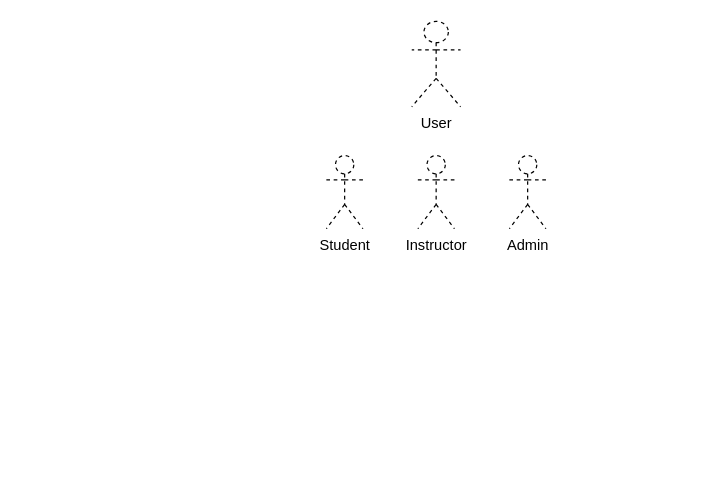
The draw.io diagram Untitled Diagram.drawio in RodinaMohamed04/Lab6, before the edit. Source tidied: cells renumbered, new cells numbered last; positions are measured from the earlier drawing's top-left corner, leaving out a move shared by most shapes. Both pictures are drawn from the tidied source at 122%, with x=0, y=0 at pixel (326, 21).
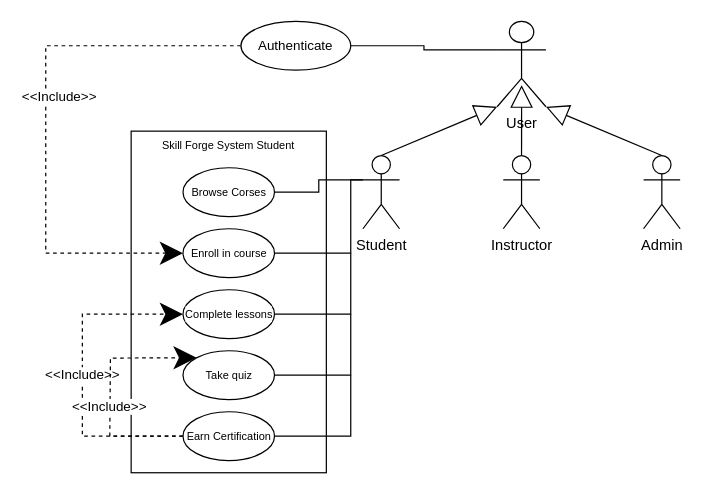
Above is the later version.

Commit message:
use case student.drawio

What changed in the source:
```diff
@@
-    <mxCell id="2" value="User" style="shape=umlActor;verticalLabelPosition=bottom;verticalAlign=top;html=1;dashed=1;" parent="1" vertex="1">
-      <mxGeometry x="70" width="40" height="70" as="geometry" />
+    <mxCell id="2" value="User" style="shape=umlActor;verticalLabelPosition=bottom;verticalAlign=top;html=1;" parent="1" vertex="1">
+      <mxGeometry x="140" width="40" height="70" as="geometry" />
     </mxCell>
-    <mxCell id="3" value="Student" style="shape=umlActor;verticalLabelPosition=bottom;verticalAlign=top;html=1;dashed=1;" parent="1" vertex="1">
-      <mxGeometry y="110" width="30" height="60" as="geometry" />
+    <mxCell id="3" value="Student" style="shape=umlActor;verticalLabelPosition=bottom;verticalAlign=top;html=1;" parent="1" vertex="1">
+      <mxGeometry x="30" y="110" width="30" height="60" as="geometry" />
     </mxCell>
-    <mxCell id="4" value="Instructor" style="shape=umlActor;verticalLabelPosition=bottom;verticalAlign=top;html=1;dashed=1;" parent="1" vertex="1">
-      <mxGeometry x="75" y="110" width="30" height="60" as="geometry" />
+    <mxCell id="4" value="Instructor" style="shape=umlActor;verticalLabelPosition=bottom;verticalAlign=top;html=1;" parent="1" vertex="1">
+      <mxGeometry x="145" y="110" width="30" height="60" as="geometry" />
     </mxCell>
-    <mxCell id="5" value="Admin" style="shape=umlActor;verticalLabelPosition=bottom;verticalAlign=top;html=1;dashed=1;" parent="1" vertex="1">
-      <mxGeometry x="150" y="110" width="30" height="60" as="geometry" />
+    <mxCell id="5" value="Admin" style="shape=umlActor;verticalLabelPosition=bottom;verticalAlign=top;html=1;" parent="1" vertex="1">
+      <mxGeometry x="260" y="110" width="30" height="60" as="geometry" />
     </mxCell>
+    <mxCell id="6" style="endArrow=block;endSize=16;endFill=0;html=1;rounded=0;exitX=0.5;exitY=0;exitDx=0;exitDy=0;exitPerimeter=0;entryX=1;entryY=1;entryDx=0;entryDy=0;entryPerimeter=0;" parent="1" edge="1" source="5" target="2">
+      <mxGeometry relative="1" as="geometry" />
+    </mxCell>
+    <mxCell id="7" style="endArrow=block;endSize=16;endFill=0;html=1;rounded=0;exitX=0.5;exitY=0;exitDx=0;exitDy=0;exitPerimeter=0;entryX=0;entryY=1;entryDx=0;entryDy=0;entryPerimeter=0;" parent="1" edge="1" source="3" target="2">
+      <mxGeometry relative="1" as="geometry" />
+    </mxCell>
+    <mxCell id="8" style="endArrow=block;endSize=16;endFill=0;html=1;rounded=0;exitX=0.5;exitY=0;exitDx=0;exitDy=0;exitPerimeter=0;entryX=0.501;entryY=0.747;entryDx=0;entryDy=0;entryPerimeter=0;" parent="1" edge="1" source="4" target="2">
+      <mxGeometry relative="1" as="geometry" />
+    </mxCell>
+    <mxCell id="9" value="Authenticate" style="ellipse;whiteSpace=wrap;html=1;fontFamily=Helvetica;fontSize=11;fontColor=default;labelBackgroundColor=default;" parent="1" vertex="1">
+      <mxGeometry x="-70" width="90" height="40" as="geometry" />
+    </mxCell>
+    <mxCell id="10" value="Skill Forge System Student" style="whiteSpace=wrap;html=1;fontFamily=Helvetica;fontSize=9;fontColor=default;labelBackgroundColor=default;labelPosition=center;verticalLabelPosition=middle;align=center;verticalAlign=top;" parent="1" vertex="1">
+      <mxGeometry x="-160" y="90" width="160" height="280" as="geometry" />
+    </mxCell>
+    <mxCell id="11" value="&lt;font style=&quot;font-size: 9px;&quot;&gt;Browse Corses&lt;/font&gt;" style="ellipse;whiteSpace=wrap;html=1;strokeColor=default;align=center;verticalAlign=middle;fontFamily=Helvetica;fontSize=11;fontColor=default;labelBackgroundColor=default;fillColor=default;" parent="1" vertex="1">
+      <mxGeometry x="-117.5" y="120" width="75" height="40" as="geometry" />
+    </mxCell>
+    <mxCell id="12" value="&lt;font style=&quot;font-size: 9px;&quot;&gt;Enroll in course&lt;/font&gt;" style="ellipse;whiteSpace=wrap;html=1;strokeColor=default;align=center;verticalAlign=middle;fontFamily=Helvetica;fontSize=11;fontColor=default;labelBackgroundColor=default;fillColor=default;" parent="1" vertex="1">
+      <mxGeometry x="-117.5" y="170" width="75" height="40" as="geometry" />
+    </mxCell>
+    <mxCell id="13" value="&lt;font style=&quot;font-size: 9px;&quot;&gt;Complete lessons&lt;/font&gt;" style="ellipse;whiteSpace=wrap;html=1;strokeColor=default;align=center;verticalAlign=middle;fontFamily=Helvetica;fontSize=11;fontColor=default;labelBackgroundColor=default;fillColor=default;" parent="1" vertex="1">
+      <mxGeometry x="-117.5" y="220" width="75" height="40" as="geometry" />
+    </mxCell>
+    <mxCell id="14" value="&lt;font style=&quot;font-size: 9px;&quot;&gt;Take quiz&lt;/font&gt;" style="ellipse;whiteSpace=wrap;html=1;strokeColor=default;align=center;verticalAlign=middle;fontFamily=Helvetica;fontSize=11;fontColor=default;labelBackgroundColor=default;fillColor=default;" parent="1" vertex="1">
+      <mxGeometry x="-117.5" y="270" width="75" height="40" as="geometry" />
+    </mxCell>
+    <mxCell id="15" value="&lt;font style=&quot;font-size: 9px;&quot;&gt;Earn Certification&lt;/font&gt;" style="ellipse;whiteSpace=wrap;html=1;strokeColor=default;align=center;verticalAlign=middle;fontFamily=Helvetica;fontSize=11;fontColor=default;labelBackgroundColor=default;fillColor=default;" parent="1" vertex="1">
+      <mxGeometry x="-117.5" y="320" width="75" height="40" as="geometry" />
+    </mxCell>
+    <mxCell id="16" style="endArrow=none;html=1;edgeStyle=orthogonalEdgeStyle;rounded=0;strokeColor=default;align=center;verticalAlign=middle;fontFamily=Helvetica;fontSize=11;fontColor=default;labelBackgroundColor=default;endSize=16;exitX=1;exitY=0.5;exitDx=0;exitDy=0;entryX=0;entryY=0.3333333333333333;entryDx=0;entryDy=0;entryPerimeter=0;" parent="1" edge="1" source="11" target="3">
+      <mxGeometry relative="1" as="geometry" />
+    </mxCell>
+    <mxCell id="17" style="edgeLabel;html=1;align=left;verticalAlign=bottom;strokeColor=default;fontFamily=Helvetica;fontSize=11;fontColor=default;labelBackgroundColor=default;fillColor=default;" parent="16" vertex="1">
+      <mxGeometry x="-1" relative="1" as="geometry" />
+    </mxCell>
+    <mxCell id="18" style="edgeLabel;html=1;align=right;verticalAlign=bottom;strokeColor=default;fontFamily=Helvetica;fontSize=11;fontColor=default;labelBackgroundColor=default;fillColor=default;" parent="16" vertex="1">
+      <mxGeometry x="1" relative="1" as="geometry" />
+    </mxCell>
+    <mxCell id="19" style="endArrow=none;html=1;edgeStyle=orthogonalEdgeStyle;rounded=0;strokeColor=default;align=center;verticalAlign=middle;fontFamily=Helvetica;fontSize=11;fontColor=default;labelBackgroundColor=default;endSize=16;entryX=1;entryY=0.5;entryDx=0;entryDy=0;exitX=0;exitY=0.3333333333333333;exitDx=0;exitDy=0;exitPerimeter=0;" parent="1" edge="1" source="3" target="12">
+      <mxGeometry relative="1" as="geometry">
+        <Array as="points">
+          <mxPoint x="20" y="130" />
+          <mxPoint x="20" y="190" />
+        </Array>
+      </mxGeometry>
+    </mxCell>
+    <mxCell id="20" style="edgeLabel;html=1;align=left;verticalAlign=bottom;strokeColor=default;fontFamily=Helvetica;fontSize=11;fontColor=default;labelBackgroundColor=default;fillColor=default;" parent="19" vertex="1">
+      <mxGeometry x="-1" relative="1" as="geometry" />
+    </mxCell>
+    <mxCell id="21" style="edgeLabel;html=1;align=right;verticalAlign=bottom;strokeColor=default;fontFamily=Helvetica;fontSize=11;fontColor=default;labelBackgroundColor=default;fillColor=default;" parent="19" vertex="1">
+      <mxGeometry x="1" relative="1" as="geometry" />
+    </mxCell>
+    <mxCell id="22" style="endArrow=none;html=1;edgeStyle=orthogonalEdgeStyle;rounded=0;strokeColor=default;align=center;verticalAlign=middle;fontFamily=Helvetica;fontSize=11;fontColor=default;labelBackgroundColor=default;endSize=16;entryX=1;entryY=0.5;entryDx=0;entryDy=0;" parent="1" edge="1" target="13">
+      <mxGeometry relative="1" as="geometry">
+        <mxPoint x="20" y="190" as="sourcePoint" />
+        <Array as="points">
+          <mxPoint x="20" y="240" />
+        </Array>
+      </mxGeometry>
+    </mxCell>
+    <mxCell id="23" style="edgeLabel;html=1;align=left;verticalAlign=bottom;strokeColor=default;fontFamily=Helvetica;fontSize=11;fontColor=default;labelBackgroundColor=default;fillColor=default;" parent="22" vertex="1">
+      <mxGeometry x="-1" relative="1" as="geometry" />
+    </mxCell>
+    <mxCell id="24" style="edgeLabel;html=1;align=right;verticalAlign=bottom;strokeColor=default;fontFamily=Helvetica;fontSize=11;fontColor=default;labelBackgroundColor=default;fillColor=default;" parent="22" vertex="1">
+      <mxGeometry x="1" relative="1" as="geometry" />
+    </mxCell>
+    <mxCell id="25" style="endArrow=none;html=1;edgeStyle=orthogonalEdgeStyle;rounded=0;strokeColor=default;align=center;verticalAlign=middle;fontFamily=Helvetica;fontSize=11;fontColor=default;labelBackgroundColor=default;endSize=16;entryX=1;entryY=0.5;entryDx=0;entryDy=0;" parent="1" edge="1" target="14">
+      <mxGeometry relative="1" as="geometry">
+        <mxPoint x="20" y="240" as="sourcePoint" />
+        <Array as="points">
+          <mxPoint x="20" y="290" />
+        </Array>
+      </mxGeometry>
+    </mxCell>
+    <mxCell id="26" style="edgeLabel;html=1;align=left;verticalAlign=bottom;strokeColor=default;fontFamily=Helvetica;fontSize=11;fontColor=default;labelBackgroundColor=default;fillColor=default;" parent="25" vertex="1">
+      <mxGeometry x="-1" relative="1" as="geometry" />
+    </mxCell>
+    <mxCell id="27" style="edgeLabel;html=1;align=right;verticalAlign=bottom;strokeColor=default;fontFamily=Helvetica;fontSize=11;fontColor=default;labelBackgroundColor=default;fillColor=default;" parent="25" vertex="1">
+      <mxGeometry x="1" relative="1" as="geometry" />
+    </mxCell>
+    <mxCell id="28" style="endArrow=none;html=1;edgeStyle=orthogonalEdgeStyle;rounded=0;strokeColor=default;align=center;verticalAlign=middle;fontFamily=Helvetica;fontSize=11;fontColor=default;labelBackgroundColor=default;endSize=16;entryX=1;entryY=0.5;entryDx=0;entryDy=0;" parent="1" edge="1" target="15">
+      <mxGeometry relative="1" as="geometry">
+        <mxPoint x="20" y="290" as="sourcePoint" />
+        <Array as="points">
+          <mxPoint x="20" y="340" />
+        </Array>
+      </mxGeometry>
+    </mxCell>
+    <mxCell id="29" style="edgeLabel;html=1;align=left;verticalAlign=bottom;strokeColor=default;fontFamily=Helvetica;fontSize=11;fontColor=default;labelBackgroundColor=default;fillColor=default;" parent="28" vertex="1">
+      <mxGeometry x="-1" relative="1" as="geometry" />
+    </mxCell>
+    <mxCell id="30" style="edgeLabel;html=1;align=right;verticalAlign=bottom;strokeColor=default;fontFamily=Helvetica;fontSize=11;fontColor=default;labelBackgroundColor=default;fillColor=default;" parent="28" vertex="1">
+      <mxGeometry x="1" relative="1" as="geometry" />
+    </mxCell>
+    <mxCell id="31" style="endArrow=classic;html=1;rounded=0;strokeColor=default;align=center;verticalAlign=middle;fontFamily=Helvetica;fontSize=11;fontColor=default;labelBackgroundColor=default;endSize=16;dashed=1;exitX=0;exitY=0.5;exitDx=0;exitDy=0;entryX=0;entryY=0.5;entryDx=0;entryDy=0;" parent="1" edge="1" source="15" target="13">
+      <mxGeometry relative="1" as="geometry">
+        <Array as="points">
+          <mxPoint x="-200" y="340" />
+          <mxPoint x="-200" y="290" />
+          <mxPoint x="-200" y="240" />
+        </Array>
+      </mxGeometry>
+    </mxCell>
+    <mxCell id="32" value="&amp;lt;&amp;lt;Include&amp;gt;&amp;gt;" style="edgeLabel;html=1;align=center;verticalAlign=middle;strokeColor=default;fontFamily=Helvetica;fontSize=11;fontColor=default;labelBackgroundColor=default;fillColor=default;" parent="31" vertex="1">
+      <mxGeometry x="-0.14" y="1" relative="1" as="geometry">
+        <mxPoint y="-19" as="offset" />
+      </mxGeometry>
+    </mxCell>
+    <mxCell id="33" style="endArrow=classic;html=1;rounded=0;strokeColor=default;align=center;verticalAlign=middle;fontFamily=Helvetica;fontSize=11;fontColor=default;labelBackgroundColor=default;endSize=16;dashed=1;exitX=0;exitY=0.5;exitDx=0;exitDy=0;entryX=0;entryY=0;entryDx=0;entryDy=0;" parent="1" edge="1" source="15" target="14">
+      <mxGeometry relative="1" as="geometry">
+        <Array as="points">
+          <mxPoint x="-177.5" y="340" />
+          <mxPoint x="-177" y="276" />
+        </Array>
+      </mxGeometry>
+    </mxCell>
+    <mxCell id="34" value="&amp;lt;&amp;lt;Include&amp;gt;&amp;gt;" style="edgeLabel;html=1;align=center;verticalAlign=middle;strokeColor=default;fontFamily=Helvetica;fontSize=11;fontColor=default;labelBackgroundColor=default;fillColor=default;" parent="33" vertex="1">
+      <mxGeometry x="-0.14" y="1" relative="1" as="geometry" />
+    </mxCell>
+    <mxCell id="35" style="endArrow=none;html=1;edgeStyle=orthogonalEdgeStyle;rounded=0;strokeColor=default;align=center;verticalAlign=middle;fontFamily=Helvetica;fontSize=11;fontColor=default;labelBackgroundColor=default;endSize=16;exitX=1;exitY=0.5;exitDx=0;exitDy=0;entryX=0;entryY=0.3333333333333333;entryDx=0;entryDy=0;entryPerimeter=0;" parent="1" edge="1" source="9" target="2">
+      <mxGeometry relative="1" as="geometry" />
+    </mxCell>
+    <mxCell id="36" style="edgeLabel;html=1;align=left;verticalAlign=bottom;strokeColor=default;fontFamily=Helvetica;fontSize=11;fontColor=default;labelBackgroundColor=default;fillColor=default;" parent="35" vertex="1">
+      <mxGeometry x="-1" relative="1" as="geometry" />
+    </mxCell>
+    <mxCell id="37" style="edgeLabel;html=1;align=right;verticalAlign=bottom;strokeColor=default;fontFamily=Helvetica;fontSize=11;fontColor=default;labelBackgroundColor=default;fillColor=default;" parent="35" vertex="1">
+      <mxGeometry x="1" relative="1" as="geometry" />
+    </mxCell>
+    <mxCell id="38" style="endArrow=classic;html=1;rounded=0;strokeColor=default;align=center;verticalAlign=middle;fontFamily=Helvetica;fontSize=11;fontColor=default;labelBackgroundColor=default;endSize=16;dashed=1;exitX=0;exitY=0.5;exitDx=0;exitDy=0;entryX=0;entryY=0.5;entryDx=0;entryDy=0;" parent="1" edge="1" source="9" target="12">
+      <mxGeometry relative="1" as="geometry">
+        <Array as="points">
+          <mxPoint x="-230" y="20" />
+          <mxPoint x="-230" y="80" />
+          <mxPoint x="-230" y="190" />
+        </Array>
+      </mxGeometry>
+    </mxCell>
+    <mxCell id="39" value="&amp;lt;&amp;lt;Include&amp;gt;&amp;gt;" style="edgeLabel;html=1;align=center;verticalAlign=middle;strokeColor=default;fontFamily=Helvetica;fontSize=11;fontColor=default;labelBackgroundColor=default;fillColor=default;" parent="38" vertex="1">
+      <mxGeometry x="-0.14" y="1" relative="1" as="geometry">
+        <mxPoint x="9" y="11" as="offset" />
+      </mxGeometry>
+    </mxCell>
```
